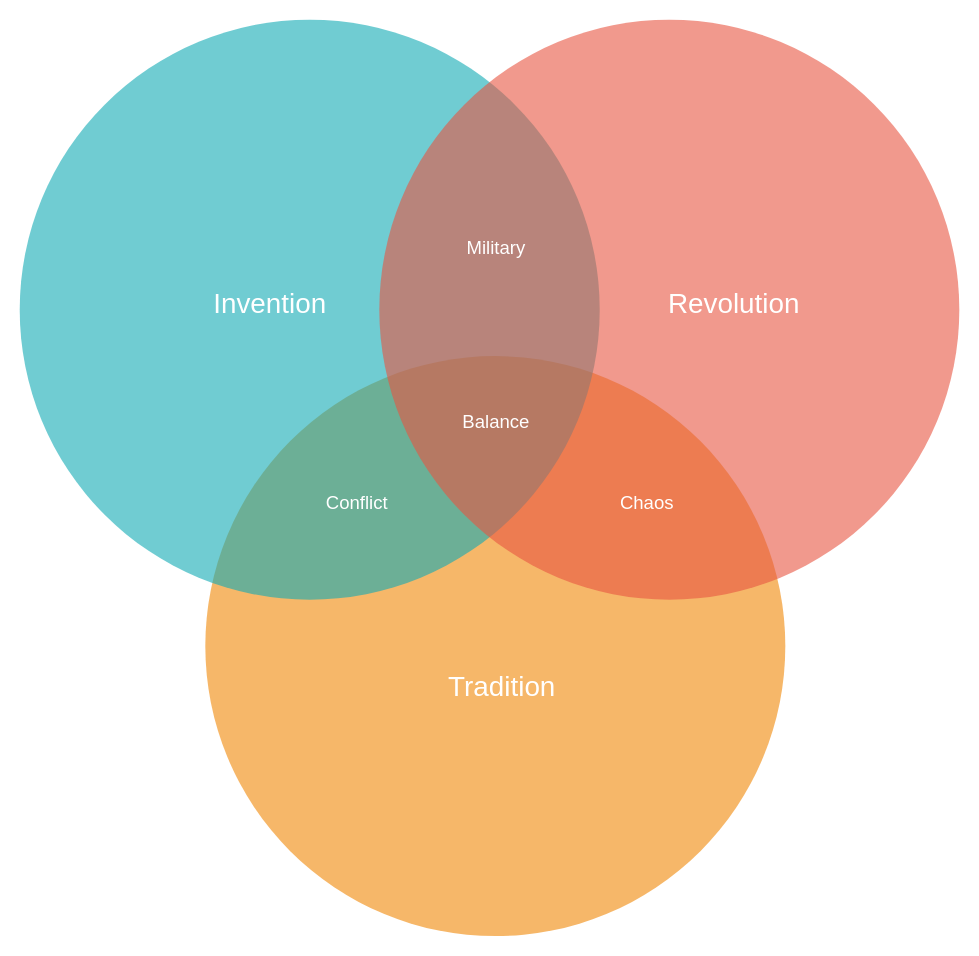
Before: Диаграмма без названия.drawio in nosovicki/instructions, a draw.io diagram. Source tidied: cells renumbered, new cells numbered last; positions are measured from the earlier drawing's top-left corner, leaving out a move shared by most shapes. Both pictures are drawn from the tidied source at 116%, with x=0, y=0 at pixel (20, 19).
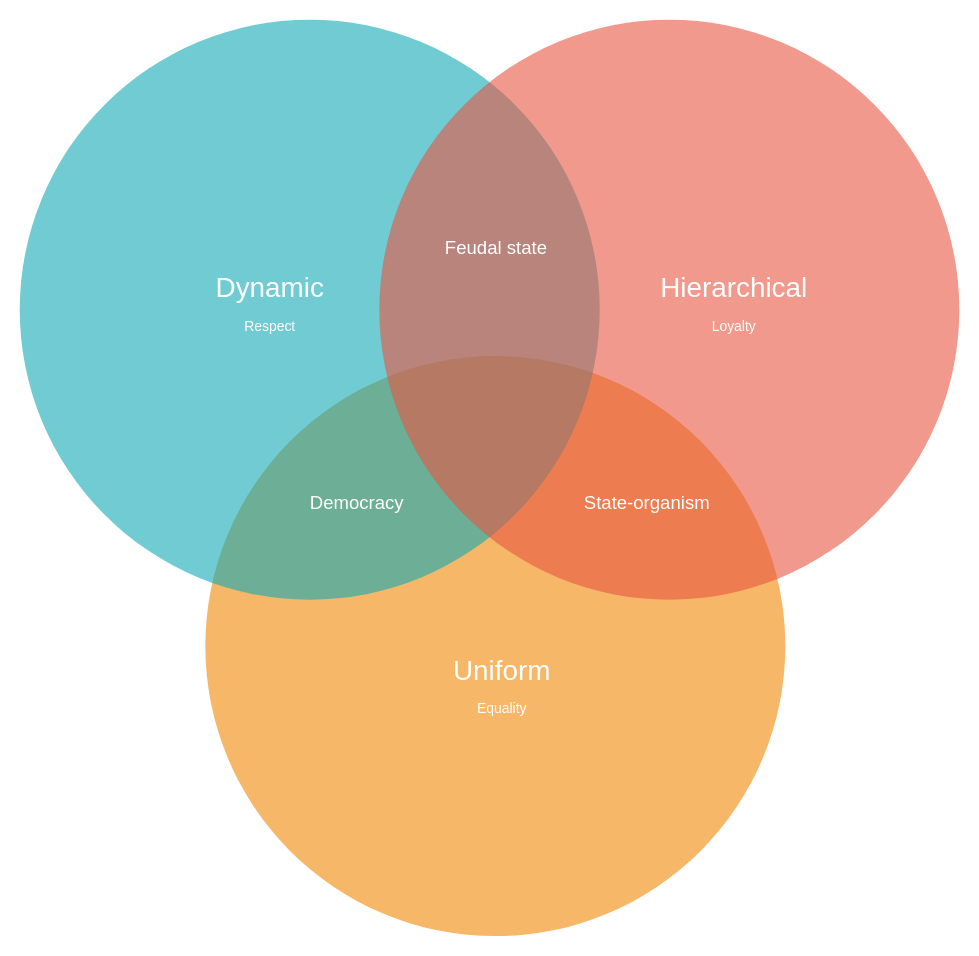
Above is the later version.

Diff of the diagram source:
```diff
@@
 <mxGraphModel>
   <root>
     <mxCell id="0" />
     <mxCell id="1" parent="0" />
     <mxCell id="2" style="ellipse;fillColor=#F08705;opacity=60;strokeColor=none;html=1;fontColor=#FFFFFF;" parent="1" vertex="1">
       <mxGeometry x="159.5" y="290.5" width="500" height="500" as="geometry" />
     </mxCell>
     <mxCell id="3" style="ellipse;fillColor=#12AAB5;opacity=60;strokeColor=none;html=1;fontColor=#FFFFFF;" parent="1" vertex="1">
       <mxGeometry x="-0.5" y="0.5" width="500" height="500" as="geometry" />
     </mxCell>
     <mxCell id="4" style="ellipse;fillColor=#e85642;opacity=60;strokeColor=none;html=1;fontColor=#FFFFFF;" parent="1" vertex="1">
       <mxGeometry x="309.5" y="0.5" width="500" height="500" as="geometry" />
     </mxCell>
-    <mxCell id="5" value="Invention" style="text;fontSize=24;align=center;verticalAlign=middle;html=1;fontColor=#FFFFFF;" parent="1" vertex="1">
+    <mxCell id="5" value="Dynamic&lt;br&gt;&lt;font style=&quot;font-size: 12px;&quot;&gt;Respect&lt;/font&gt;" style="text;fontSize=24;align=center;verticalAlign=middle;html=1;fontColor=#FFFFFF;" parent="1" vertex="1">
       <mxGeometry x="119.5" y="210.5" width="190" height="70" as="geometry" />
     </mxCell>
-    <mxCell id="6" value="Revolution" style="text;fontSize=24;align=center;verticalAlign=middle;html=1;fontColor=#FFFFFF;" parent="1" vertex="1">
+    <mxCell id="6" value="Hierarchical&lt;br&gt;&lt;font style=&quot;font-size: 12px;&quot;&gt;Loyalty&lt;/font&gt;" style="text;fontSize=24;align=center;verticalAlign=middle;html=1;fontColor=#FFFFFF;" parent="1" vertex="1">
       <mxGeometry x="519.5" y="210.5" width="190" height="70" as="geometry" />
     </mxCell>
-    <mxCell id="7" value="Tradition" style="text;fontSize=24;align=center;verticalAlign=middle;html=1;fontColor=#FFFFFF;" parent="1" vertex="1">
+    <mxCell id="7" value="Uniform&lt;br&gt;&lt;font style=&quot;font-size: 12px;&quot;&gt;Equality&lt;/font&gt;" style="text;fontSize=24;align=center;verticalAlign=middle;html=1;fontColor=#FFFFFF;" parent="1" vertex="1">
       <mxGeometry x="319.5" y="540.5" width="190" height="70" as="geometry" />
     </mxCell>
-    <mxCell id="8" value="Military" style="text;align=center;html=1;fontColor=#FFFFFF;fontSize=16;" parent="1" vertex="1">
+    <mxCell id="8" value="Feudal state" style="text;align=center;html=1;fontColor=#FFFFFF;fontSize=16;" parent="1" vertex="1">
       <mxGeometry x="389.5" y="180.5" width="40" height="40" as="geometry" />
     </mxCell>
-    <mxCell id="9" value="Conflict" style="text;align=center;html=1;fontColor=#FFFFFF;fontSize=16;" parent="1" vertex="1">
+    <mxCell id="9" value="Democracy" style="text;align=center;html=1;fontColor=#FFFFFF;fontSize=16;" parent="1" vertex="1">
       <mxGeometry x="269.5" y="400.5" width="40" height="40" as="geometry" />
     </mxCell>
-    <mxCell id="10" value="Chaos" style="text;align=center;html=1;fontColor=#FFFFFF;fontSize=16;" parent="1" vertex="1">
+    <mxCell id="10" value="State-organism" style="text;align=center;html=1;fontColor=#FFFFFF;fontSize=16;" parent="1" vertex="1">
       <mxGeometry x="519.5" y="400.5" width="40" height="40" as="geometry" />
     </mxCell>
-    <mxCell id="11" value="Balance" style="text;align=center;html=1;fontColor=#FFFFFF;fontSize=16;" parent="1" vertex="1">
-      <mxGeometry x="389.5" y="330.5" width="40" height="40" as="geometry" />
-    </mxCell>
   </root>
 </mxGraphModel>
```
